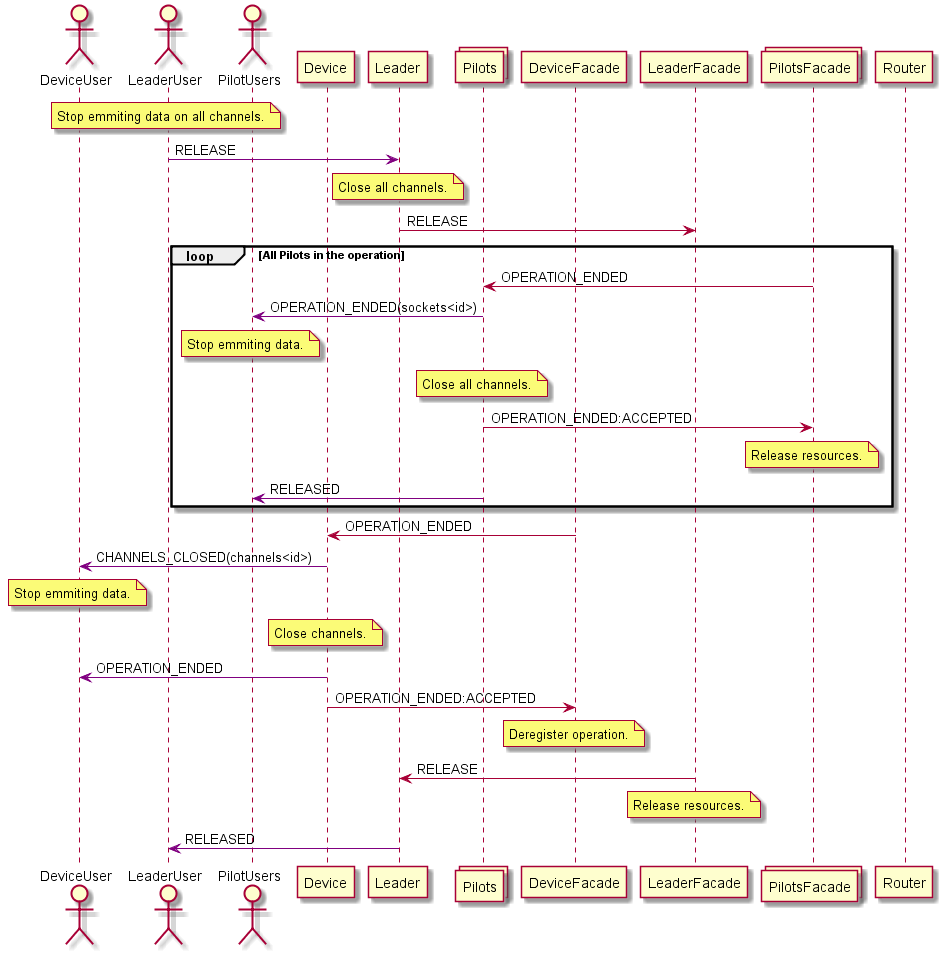
This is doc/flows/9_leader_release.png from nawbar23/fleetmgr, a PlantUML export, as it was before one commit.
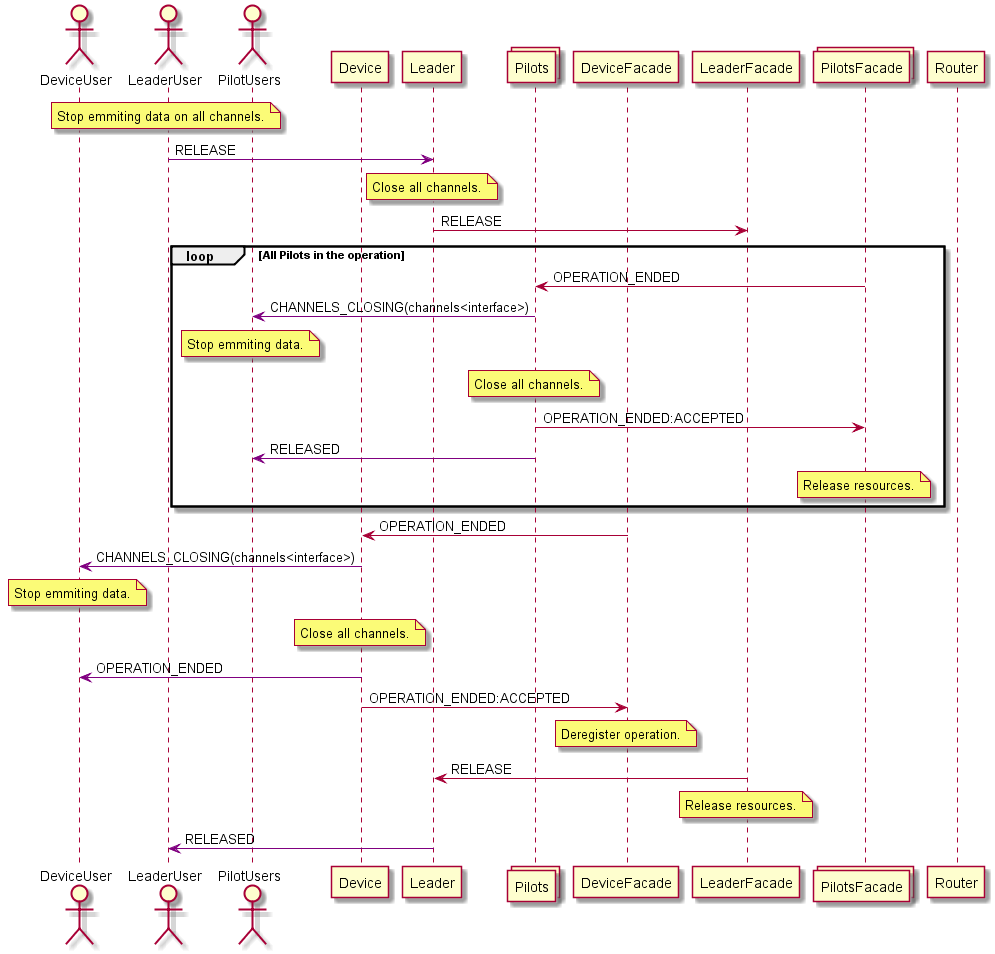
Later version of the same file.

What changed in the source:
```diff
@@ -23,23 +23,22 @@
 
 PilotsFacade -> Pilots: OPERATION_ENDED
 
-Pilots -[#purple]> PilotUsers: OPERATION_ENDED(sockets<id>)
+Pilots -[#purple]> PilotUsers: CHANNELS_CLOSING(channels<interface>)
 note over PilotUsers: Stop emmiting data.
 note over Pilots: Close all channels.
 Pilots -> PilotsFacade: OPERATION_ENDED:ACCEPTED
+Pilots -[#purple]> PilotUsers: RELEASED
 
 note over PilotsFacade: Release resources.
-
-Pilots -[#purple]> PilotUsers: RELEASED
 
 end
 
 
 DeviceFacade -> Device: OPERATION_ENDED
 
-Device -[#purple]> DeviceUser: CHANNELS_CLOSED(channels<id>)
+Device -[#purple]> DeviceUser: CHANNELS_CLOSING(channels<interface>)
 note over DeviceUser: Stop emmiting data.
-note over Device: Close channels.
+note over Device: Close all channels.
 
 Device -[#purple]> DeviceUser: OPERATION_ENDED
 Device -> DeviceFacade: OPERATION_ENDED:ACCEPTED
```
